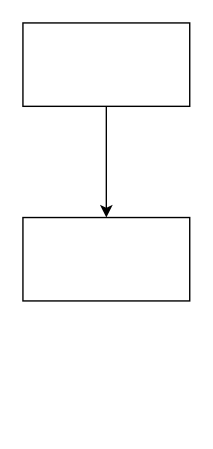
The draw.io diagram 未命名绘图.drawio in chengyi3192/draw, before the edit. Source tidied: cells renumbered, new cells numbered last; positions are measured from the earlier drawing's top-left corner, leaving out a move shared by most shapes. Both pictures are drawn from the tidied source at 139%, with x=0, y=0 at pixel (22, 22).
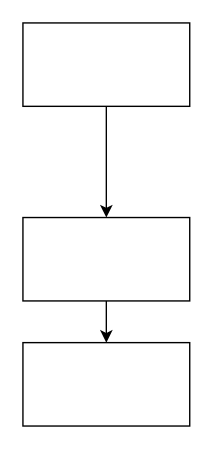
The same diagram, later.

Diff of the diagram source:
```diff
@@
 <mxGraphModel>
   <root>
     <mxCell id="0" />
     <mxCell id="1" parent="0" />
     <mxCell id="2" style="edgeStyle=orthogonalEdgeStyle;rounded=0;jettySize=auto;html=1;" parent="1" edge="1" source="3" target="4">
       <mxGeometry relative="1" as="geometry" />
     </mxCell>
     <mxCell id="3" style="rounded=0;whiteSpace=wrap;html=1;" parent="1" vertex="1">
       <mxGeometry width="120" height="60" as="geometry" />
     </mxCell>
+    <mxCell id="5" style="edgeStyle=orthogonalEdgeStyle;rounded=0;jettySize=auto;html=1;" parent="1" edge="1" source="4">
+      <mxGeometry relative="1" as="geometry">
+        <mxPoint x="60" y="230" as="targetPoint" />
+      </mxGeometry>
+    </mxCell>
     <mxCell id="4" style="whiteSpace=wrap;html=1;rounded=0;" parent="1" vertex="1">
       <mxGeometry y="140" width="120" height="60" as="geometry" />
     </mxCell>
+    <mxCell id="6" style="rounded=0;whiteSpace=wrap;html=1;" parent="1" vertex="1">
+      <mxGeometry y="230" width="120" height="60" as="geometry" />
+    </mxCell>
   </root>
 </mxGraphModel>
```
